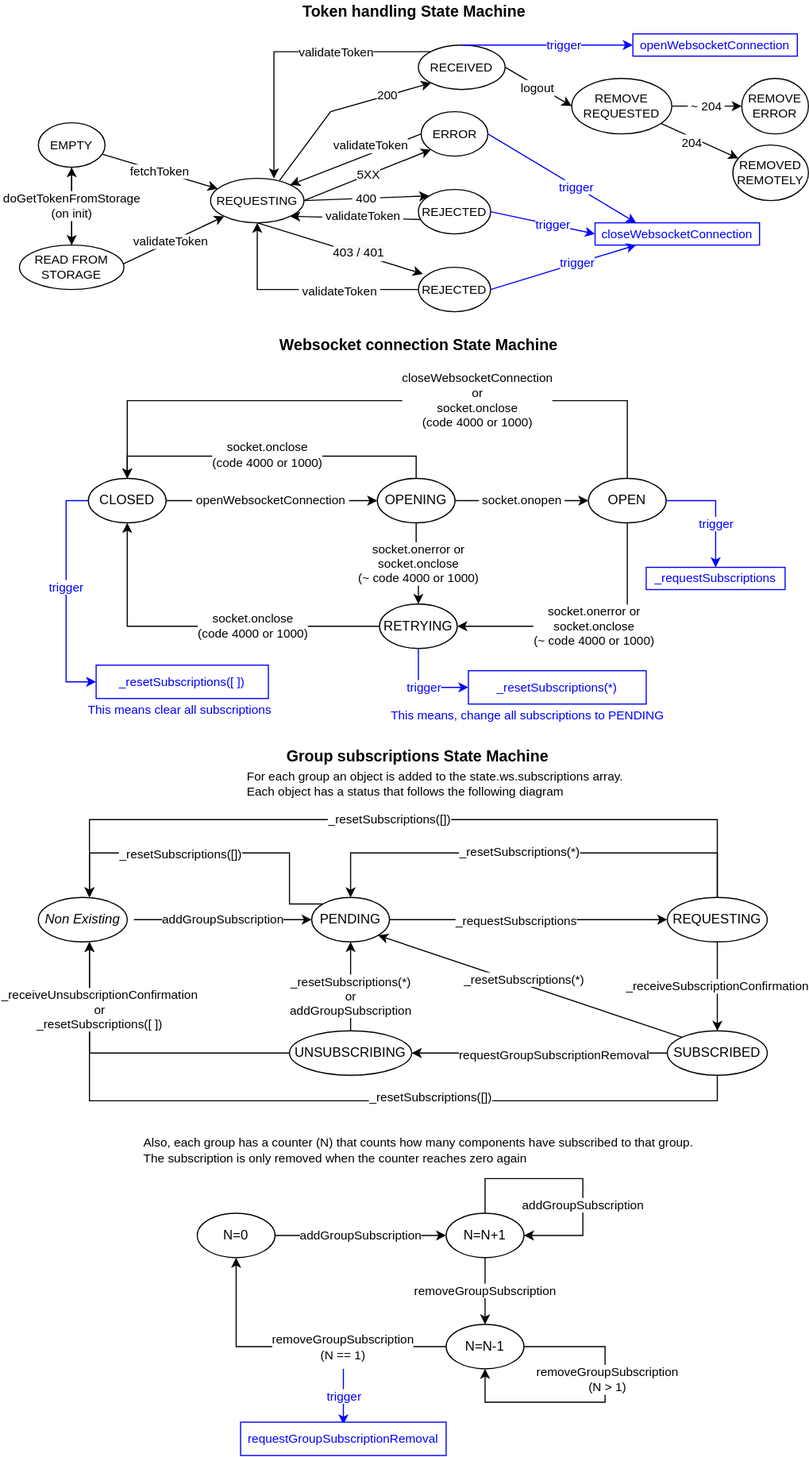
Above: love/docsrc/assets/redux-ws-connection.svg in lsst-ts/LOVE-frontend (draw.io), before the change. Source tidied: cells renumbered, new cells last; positions are measured from the earlier drawing's top-left corner, leaving out a move shared by most shapes.
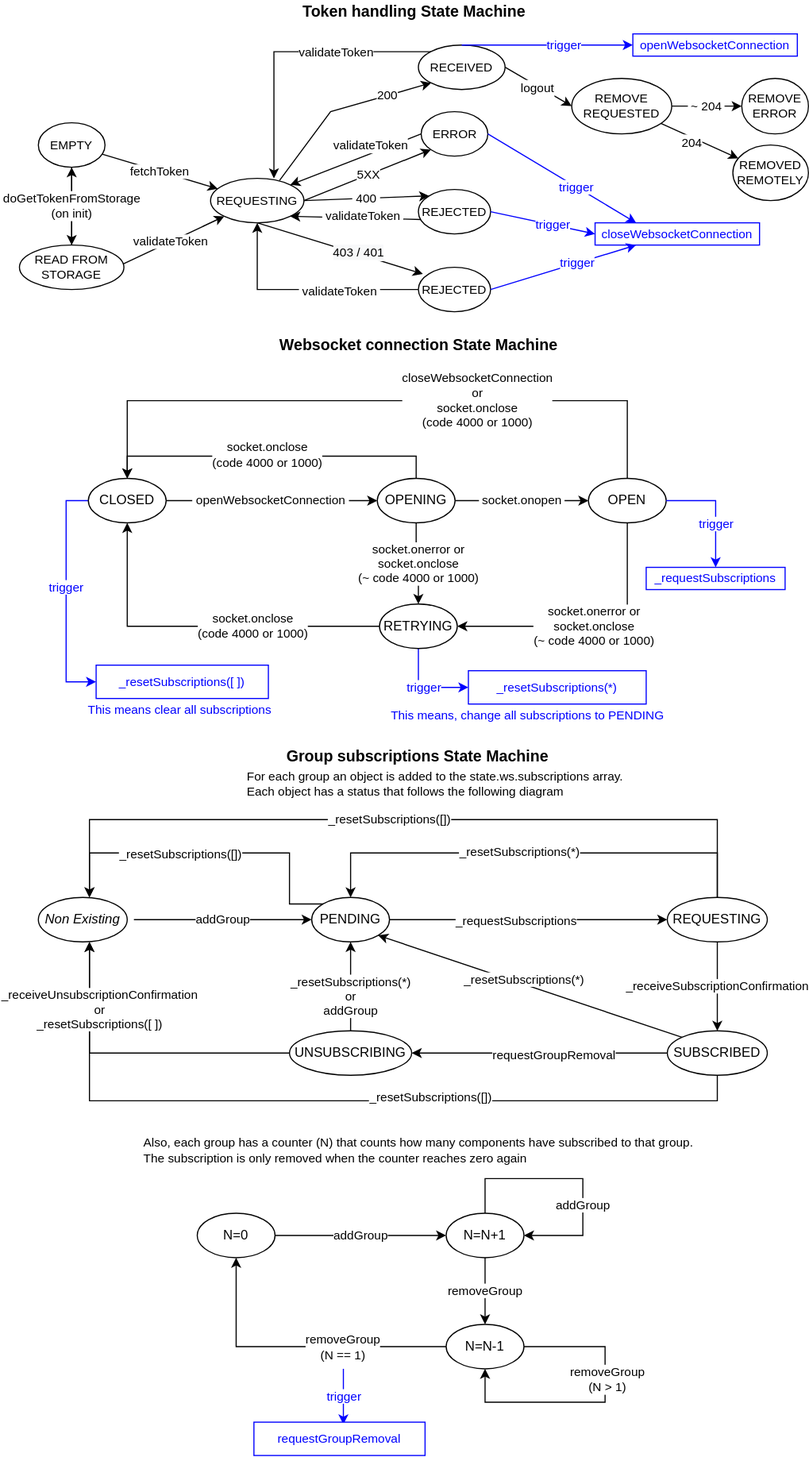
Later version of the same file.

The edit, as a diff of the source:
```diff
@@ -90,7 +90,7 @@
     <mxCell id="24" value="PENDING" style="ellipse;whiteSpace=wrap;html=1;" parent="1" vertex="1">
       <mxGeometry x="263" y="807" width="70" height="40" as="geometry" />
     </mxCell>
-    <mxCell id="25" value="&lt;div&gt;addGroupSubscription&lt;br&gt;&lt;/div&gt;" style="edgeStyle=orthogonalEdgeStyle;rounded=0;jettySize=auto;html=1;entryX=0;entryY=0.5;entryDx=0;entryDy=0;fontSize=11;" parent="1" edge="1" target="24">
+    <mxCell id="25" value="&lt;div&gt;addGroup&lt;br&gt;&lt;/div&gt;" style="edgeStyle=orthogonalEdgeStyle;rounded=0;jettySize=auto;html=1;entryX=0;entryY=0.5;entryDx=0;entryDy=0;fontSize=11;" parent="1" edge="1" target="24">
       <mxGeometry relative="1" as="geometry">
         <mxPoint x="103" y="827" as="sourcePoint" />
       </mxGeometry>
@@ -130,7 +130,7 @@
     <mxCell id="33" style="edgeStyle=orthogonalEdgeStyle;rounded=0;jettySize=auto;html=1;fontSize=11;" parent="1" edge="1" source="39" target="44">
       <mxGeometry relative="1" as="geometry" />
     </mxCell>
-    <mxCell id="34" value="requestGroupSubscriptionRemoval" style="text;html=1;align=center;verticalAlign=middle;labelBackgroundColor=#ffffff;fontSize=11;" parent="33" vertex="1">
+    <mxCell id="34" value="requestGroupRemoval" style="text;html=1;align=center;verticalAlign=middle;labelBackgroundColor=#ffffff;fontSize=11;" parent="33" vertex="1">
       <mxGeometry x="-0.11" y="1" relative="1" as="geometry" />
     </mxCell>
     <mxCell id="35" style="rounded=0;jettySize=auto;html=1;exitX=0;exitY=0;exitDx=0;exitDy=0;entryX=1;entryY=1;entryDx=0;entryDy=0;fontSize=11;" parent="1" edge="1" source="39" target="24">
@@ -167,7 +167,7 @@
     <mxCell id="42" style="edgeStyle=orthogonalEdgeStyle;rounded=0;jettySize=auto;html=1;entryX=0.5;entryY=1;entryDx=0;entryDy=0;fontSize=11;" parent="1" edge="1" source="44" target="24">
       <mxGeometry relative="1" as="geometry" />
     </mxCell>
-    <mxCell id="43" value="&lt;span style=&quot;white-space: normal&quot;&gt;_resetSubscriptions(*)&lt;br&gt;or&lt;br&gt;&lt;/span&gt;addGroupSubscription&lt;span style=&quot;white-space: normal&quot;&gt;&lt;br&gt;&lt;/span&gt;" style="text;html=1;align=center;verticalAlign=middle;labelBackgroundColor=#ffffff;fontSize=11;fontColor=#000000;" parent="42" vertex="1">
+    <mxCell id="43" value="&lt;span style=&quot;white-space: normal&quot;&gt;_resetSubscriptions(*)&lt;br&gt;or&lt;br&gt;&lt;/span&gt;addGroup&lt;span style=&quot;white-space: normal&quot;&gt;&lt;br&gt;&lt;/span&gt;" style="text;html=1;align=center;verticalAlign=middle;labelBackgroundColor=#ffffff;fontSize=11;fontColor=#000000;" parent="42" vertex="1">
       <mxGeometry x="-0.2" y="1" relative="1" as="geometry" />
     </mxCell>
     <mxCell id="44" value="UNSUBSCRIBING" style="ellipse;whiteSpace=wrap;html=1;" parent="1" vertex="1">
@@ -338,19 +338,19 @@
     <mxCell id="92" value="N=0" style="ellipse;whiteSpace=wrap;html=1;" parent="1" vertex="1">
       <mxGeometry x="160" y="1091.2" width="70" height="40" as="geometry" />
     </mxCell>
-    <mxCell id="93" value="removeGroupSubscription" style="edgeStyle=orthogonalEdgeStyle;rounded=0;jettySize=auto;html=1;exitX=0.5;exitY=1;exitDx=0;exitDy=0;entryX=0.5;entryY=0;entryDx=0;entryDy=0;" parent="1" edge="1" source="94" target="98">
+    <mxCell id="93" value="removeGroup" style="edgeStyle=orthogonalEdgeStyle;rounded=0;jettySize=auto;html=1;exitX=0.5;exitY=1;exitDx=0;exitDy=0;entryX=0.5;entryY=0;entryDx=0;entryDy=0;" parent="1" edge="1" source="94" target="98">
       <mxGeometry relative="1" as="geometry" />
     </mxCell>
     <mxCell id="94" value="N=N+1" style="ellipse;whiteSpace=wrap;html=1;" parent="1" vertex="1">
       <mxGeometry x="384" y="1091.2" width="70" height="40" as="geometry" />
     </mxCell>
-    <mxCell id="95" value="&lt;div&gt;addGroupSubscription&lt;br&gt;&lt;/div&gt;" style="edgeStyle=orthogonalEdgeStyle;rounded=0;jettySize=auto;html=1;entryX=0;entryY=0.5;entryDx=0;entryDy=0;fontSize=11;exitX=1;exitY=0.5;exitDx=0;exitDy=0;" parent="1" edge="1" source="92" target="94">
+    <mxCell id="95" value="&lt;div&gt;addGroup&lt;br&gt;&lt;/div&gt;" style="edgeStyle=orthogonalEdgeStyle;rounded=0;jettySize=auto;html=1;entryX=0;entryY=0.5;entryDx=0;entryDy=0;fontSize=11;exitX=1;exitY=0.5;exitDx=0;exitDy=0;" parent="1" edge="1" source="92" target="94">
       <mxGeometry relative="1" as="geometry" />
     </mxCell>
     <mxCell id="96" style="edgeStyle=orthogonalEdgeStyle;rounded=0;jettySize=auto;html=1;exitX=0;exitY=0.5;exitDx=0;exitDy=0;entryX=0.5;entryY=1;entryDx=0;entryDy=0;" parent="1" edge="1" source="98" target="92">
       <mxGeometry relative="1" as="geometry" />
     </mxCell>
-    <mxCell id="97" value="removeGroupSubscription&lt;br&gt;(N == 1)" style="edgeLabel;html=1;align=center;verticalAlign=middle;" parent="96" vertex="1">
+    <mxCell id="97" value="removeGroup&lt;br&gt;(N == 1)" style="edgeLabel;html=1;align=center;verticalAlign=middle;" parent="96" vertex="1">
       <mxGeometry x="-0.18" relative="1" as="geometry">
         <mxPoint x="17.9" as="offset" />
       </mxGeometry>
@@ -367,7 +367,7 @@
         </Array>
       </mxGeometry>
     </mxCell>
-    <mxCell id="100" value="addGroupSubscription" style="edgeLabel;html=1;align=center;verticalAlign=middle;" parent="99" vertex="1">
+    <mxCell id="100" value="addGroup" style="edgeLabel;html=1;align=center;verticalAlign=middle;" parent="99" vertex="1">
       <mxGeometry x="0.38" y="-1" relative="1" as="geometry">
         <mxPoint y="-10.9" as="offset" />
       </mxGeometry>
@@ -381,7 +381,7 @@
         </Array>
       </mxGeometry>
     </mxCell>
-    <mxCell id="102" value="removeGroupSubscription&lt;br&gt;(N &amp;gt; 1)" style="edgeLabel;html=1;align=center;verticalAlign=middle;" parent="101" vertex="1">
+    <mxCell id="102" value="removeGroup&lt;br&gt;(N &amp;gt; 1)" style="edgeLabel;html=1;align=center;verticalAlign=middle;" parent="101" vertex="1">
       <mxGeometry x="-0.34" y="-2" relative="1" as="geometry">
         <mxPoint x="4" y="16.7" as="offset" />
       </mxGeometry>
@@ -395,8 +395,8 @@
         </Array>
       </mxGeometry>
     </mxCell>
-    <mxCell id="104" value="&lt;font color=&quot;#0000ff&quot;&gt;requestGroupSubscriptionRemoval&lt;/font&gt;" style="rounded=0;whiteSpace=wrap;html=1;fontSize=11;strokeColor=#0000FF;" parent="1" vertex="1">
-      <mxGeometry x="199" y="1279.2" width="185" height="30" as="geometry" />
+    <mxCell id="104" value="&lt;font color=&quot;#0000ff&quot;&gt;requestGroupRemoval&lt;/font&gt;" style="rounded=0;whiteSpace=wrap;html=1;fontSize=11;strokeColor=#0000FF;" parent="1" vertex="1">
+      <mxGeometry x="211" y="1279.2" width="154" height="30" as="geometry" />
     </mxCell>
     <mxCell id="105" value="&lt;div style=&quot;text-align: justify&quot;&gt;Also, each group has a counter (N) that counts how many components have subscribed to that group.&lt;/div&gt;&lt;div style=&quot;text-align: justify&quot;&gt;The subscription is only removed when the counter reaches zero again&lt;/div&gt;" style="text;html=1;align=left;verticalAlign=middle;fontSize=11;" parent="1" vertex="1">
       <mxGeometry x="110" y="1020" width="510" height="30" as="geometry" />
```
